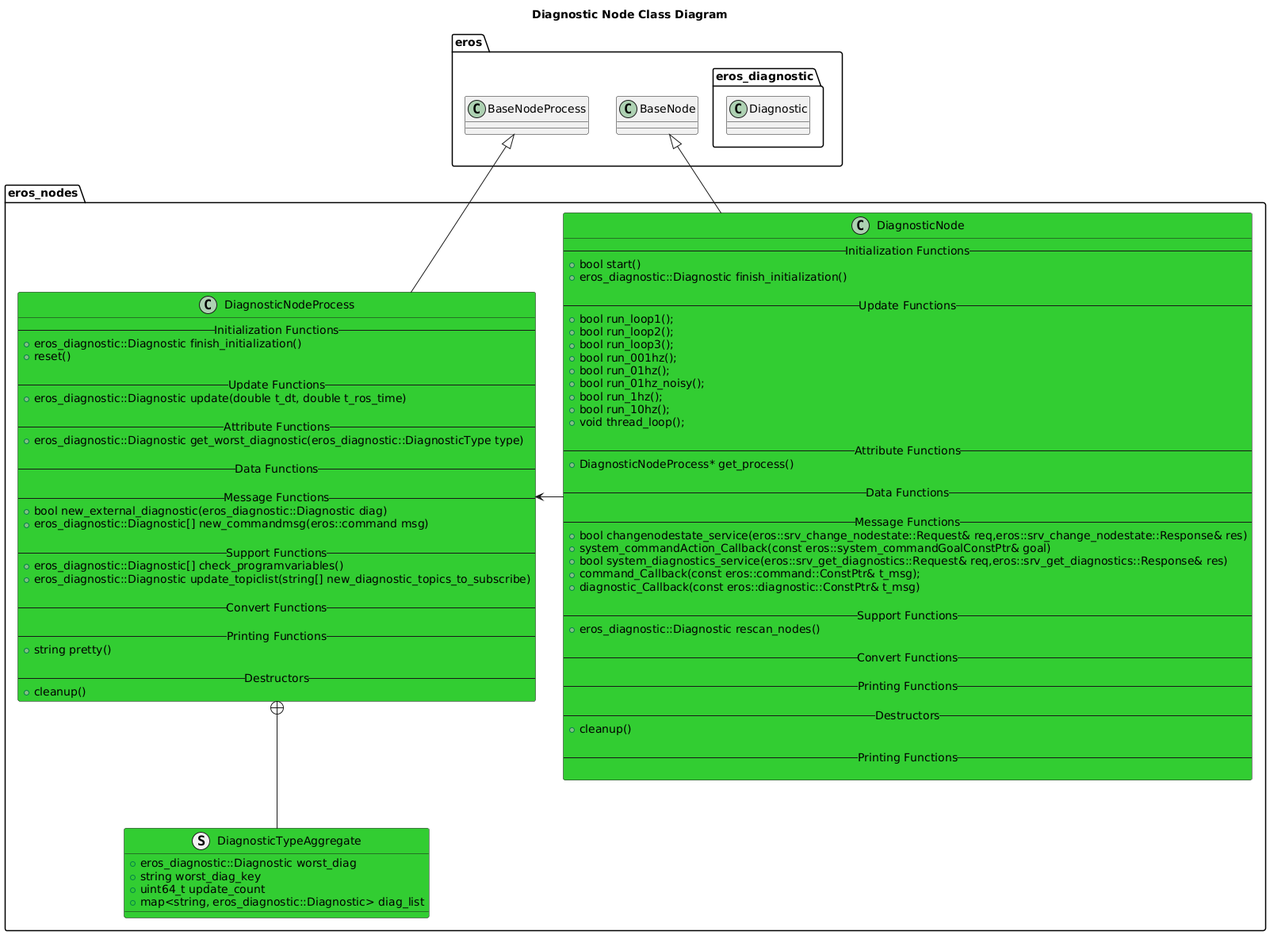
The PlantUML diagram nodes/DiagnosticNode/doc/output/DiagnosticNodeClassDiagram.png in dgitz/eros, before a commit.
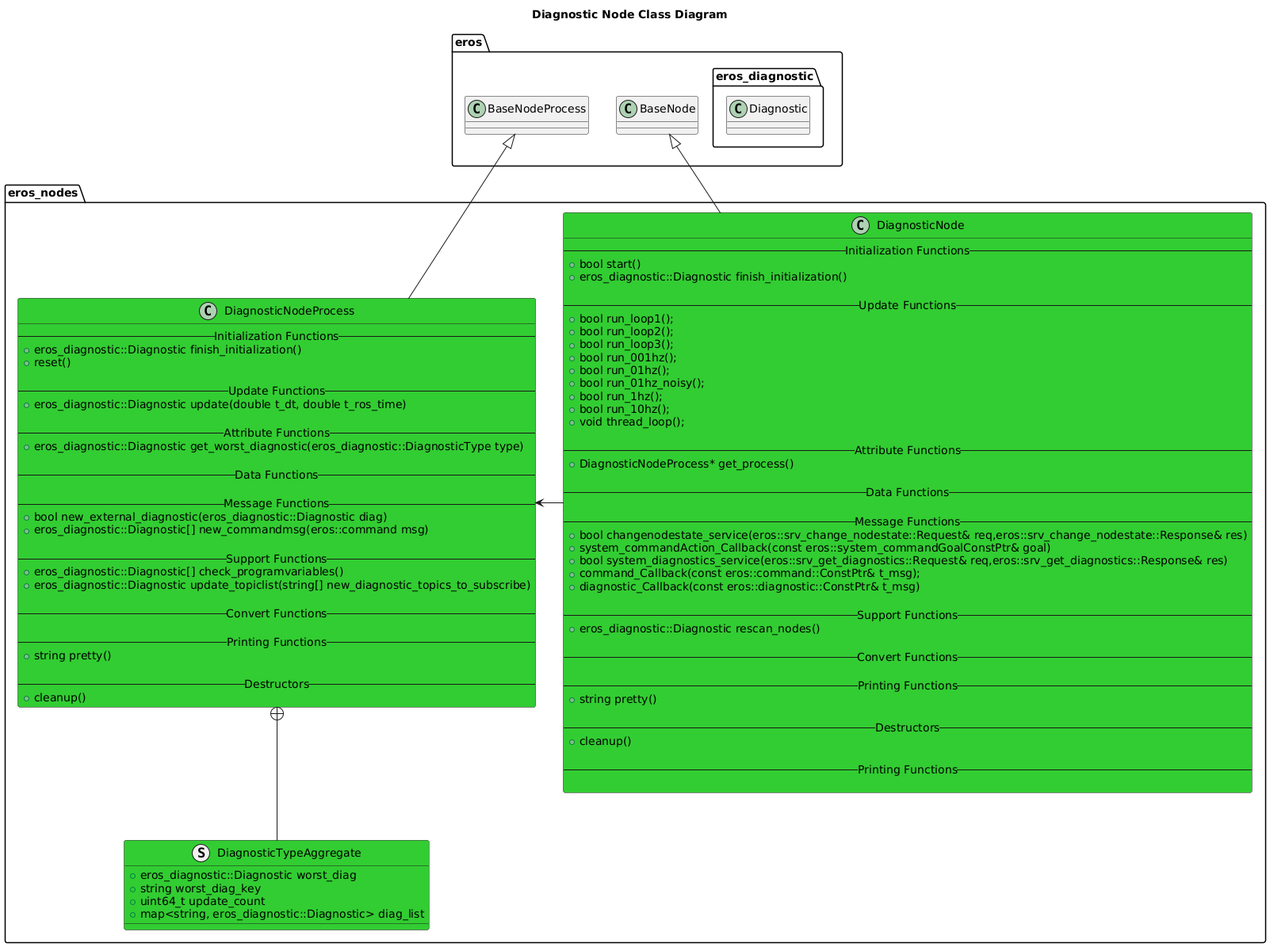
Later version of the same file.

Diff of the diagram source:
```diff
@@ -42,6 +42,7 @@
         -- Convert Functions --
 
         -- Printing Functions --
+        +string pretty()
 
         -- Destructors --
         +cleanup()
```
